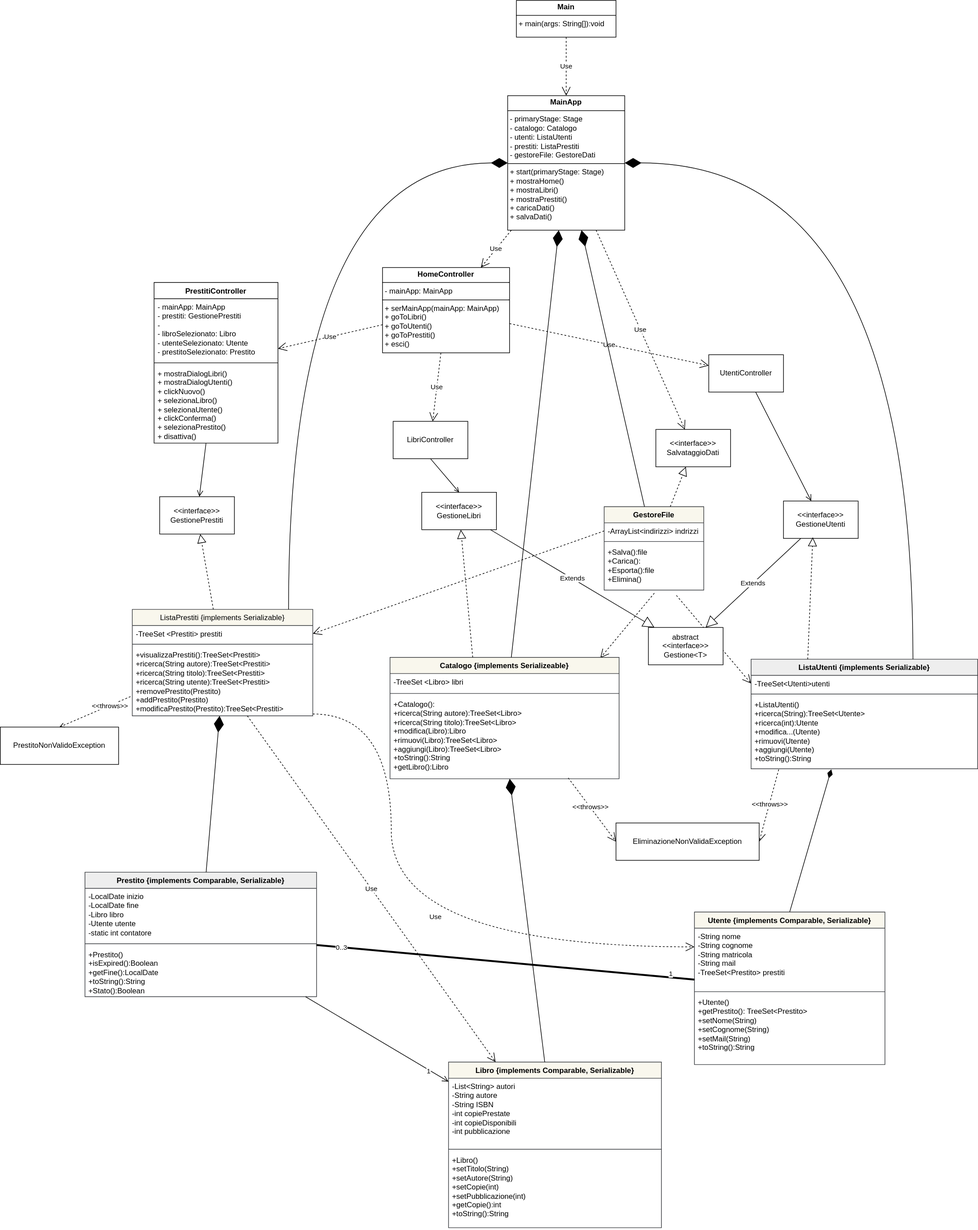
doppiaaa/Progetto-Biblioteca-Ingegneria-del-Software keeps this draw.io diagram as Design/ClassDiagram.svg. Above is the earlier version. Source tidied: cells renumbered, new cells last; positions are measured from the earlier drawing's top-left corner, leaving out a move shared by most shapes.
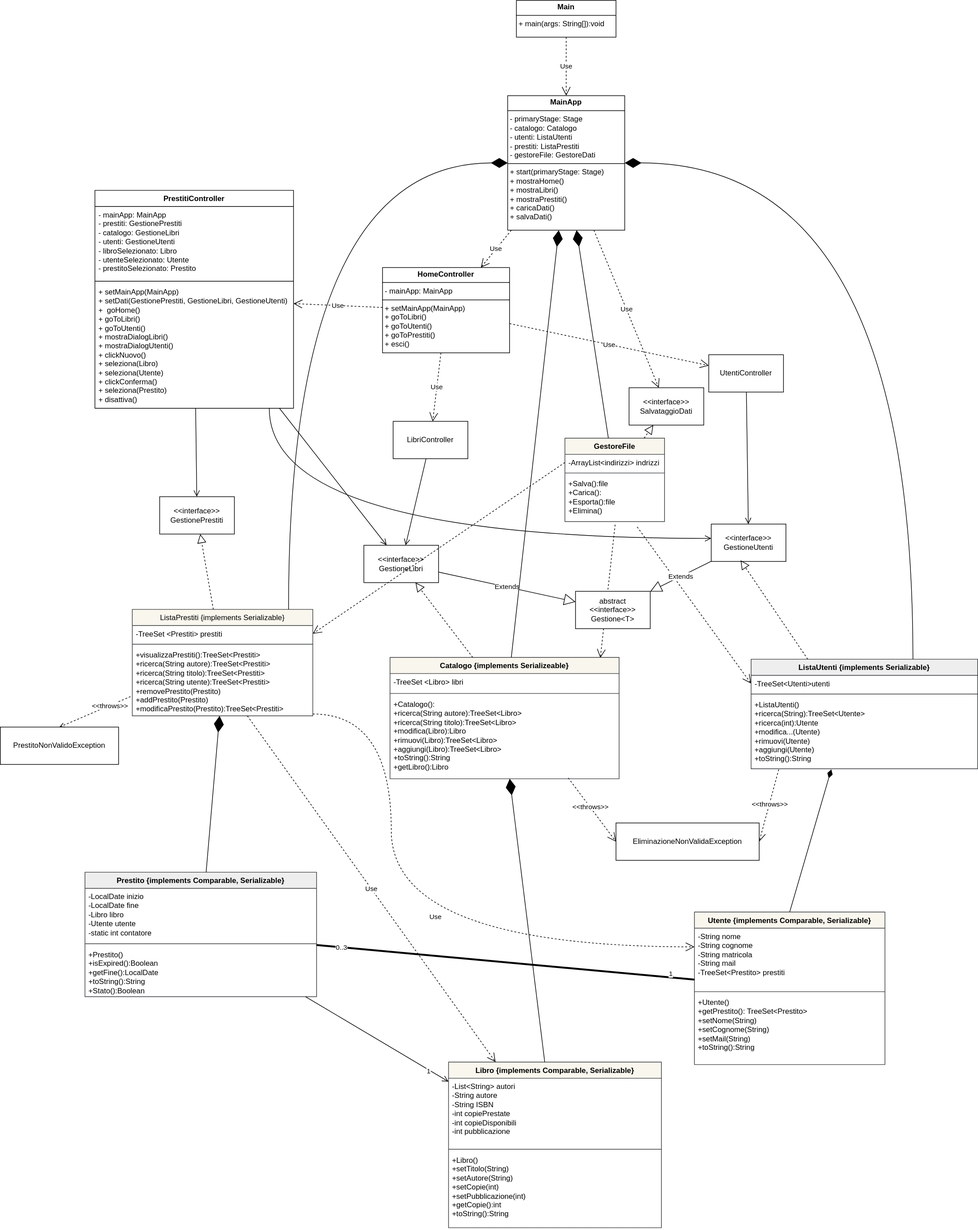
The same diagram one commit later.

The edit, as a diff of the source:
```diff
@@ -3,13 +3,13 @@
     <mxCell id="0" />
     <mxCell id="1" parent="0" />
     <mxCell id="2" value="&amp;lt;&amp;lt;interface&amp;gt;&amp;gt;&lt;div&gt;GestioneLibri&lt;/div&gt;" style="rounded=0;whiteSpace=wrap;html=1;fontColor=light-dark(#000000,#FFFFFF);labelBackgroundColor=default;strokeColor=light-dark(#000000,#000000);" parent="1" vertex="1">
-      <mxGeometry x="677" y="790" width="120" height="60" as="geometry" />
+      <mxGeometry x="584" y="875" width="120" height="60" as="geometry" />
     </mxCell>
     <mxCell id="3" value="&amp;lt;&amp;lt;interface&amp;gt;&amp;gt;&lt;div&gt;GestionePrestiti&lt;/div&gt;" style="rounded=0;whiteSpace=wrap;html=1;fontColor=light-dark(#000000,#FFFFFF);strokeColor=light-dark(#000000,#000000);" parent="1" vertex="1">
       <mxGeometry x="256" y="797" width="120" height="60" as="geometry" />
     </mxCell>
     <mxCell id="4" value="&amp;lt;&amp;lt;interface&amp;gt;&amp;gt;&lt;div&gt;GestioneUtenti&lt;/div&gt;" style="rounded=0;whiteSpace=wrap;html=1;fontColor=light-dark(#000000,#FFFFFF);strokeColor=light-dark(#000000,#000000);" parent="1" vertex="1">
-      <mxGeometry x="1258" y="804" width="120" height="60" as="geometry" />
+      <mxGeometry x="1142" y="841" width="120" height="60" as="geometry" />
     </mxCell>
     <mxCell id="5" style="rounded=0;jettySize=auto;html=1;exitX=0.5;exitY=0;exitDx=0;exitDy=0;entryX=0.354;entryY=1.007;entryDx=0;entryDy=0;endArrow=diamondThin;endFill=1;endSize=12;entryPerimeter=0;fontColor=light-dark(#000000,#000000);strokeColor=light-dark(#000000,#000000);" parent="1" edge="1" source="26" target="37">
       <mxGeometry relative="1" as="geometry" />
@@ -21,7 +21,7 @@
       <mxGeometry relative="1" as="geometry" />
     </mxCell>
     <mxCell id="8" value="&amp;lt;&amp;lt;interface&amp;gt;&amp;gt;&lt;div&gt;SalvataggioDati&lt;/div&gt;" style="rounded=0;whiteSpace=wrap;html=1;" parent="1" vertex="1">
-      <mxGeometry x="1053" y="689" width="120" height="60" as="geometry" />
+      <mxGeometry x="1010" y="622" width="120" height="60" as="geometry" />
     </mxCell>
     <mxCell id="9" value="PrestitoNonValidoException" style="rounded=0;whiteSpace=wrap;html=1;" parent="1" vertex="1">
       <mxGeometry y="1167" width="190" height="60" as="geometry" />
@@ -111,7 +111,7 @@
       <mxGeometry y="60" width="364" height="116" as="geometry" />
     </mxCell>
     <mxCell id="38" value="GestoreFile" style="swimlane;fontStyle=1;align=center;verticalAlign=top;horizontal=1;startSize=26;whiteSpace=wrap;html=1;fillColor=#f9f7ed;strokeColor=#36393d;" parent="1" vertex="1">
-      <mxGeometry x="970" y="813" width="160" height="134" as="geometry" />
+      <mxGeometry x="907" y="703" width="160" height="134" as="geometry" />
     </mxCell>
     <mxCell id="39" value="-ArrayList&amp;lt;indirizzi&amp;gt; indrizzi" style="text;strokeColor=none;fillColor=none;align=left;verticalAlign=top;spacingLeft=4;spacingRight=4;overflow=hidden;points=[[0,0.5],[1,0.5]];portConstraint=eastwest;whiteSpace=wrap;html=1;" parent="38" vertex="1">
       <mxGeometry y="26" width="160" height="26" as="geometry" />
@@ -140,23 +140,20 @@
     <mxCell id="47" value="UtentiController" style="rounded=0;whiteSpace=wrap;html=1;" parent="1" vertex="1">
       <mxGeometry x="1138" y="569" width="120" height="60" as="geometry" />
     </mxCell>
-    <mxCell id="48" style="rounded=0;jettySize=auto;html=1;exitX=0.5;exitY=1;exitDx=0;exitDy=0;entryX=0.5;entryY=0;entryDx=0;entryDy=0;strokeColor=light-dark(#000000,#000000);endArrow=open;endFill=0;" parent="1" edge="1" source="46" target="2">
-      <mxGeometry relative="1" as="geometry" />
-    </mxCell>
     <mxCell id="49" value="abstract &amp;lt;&amp;lt;interface&amp;gt;&amp;gt;&lt;div&gt;Gestione&amp;lt;T&amp;gt;&lt;/div&gt;" style="rounded=0;whiteSpace=wrap;html=1;" parent="1" vertex="1">
-      <mxGeometry x="1041" y="1007" width="120" height="60" as="geometry" />
+      <mxGeometry x="924" y="949" width="120" height="60" as="geometry" />
     </mxCell>
     <mxCell id="50" value="PrestitiController" style="swimlane;fontStyle=1;align=center;verticalAlign=top;horizontal=1;startSize=26;whiteSpace=wrap;html=1;" parent="1" vertex="1">
-      <mxGeometry x="247" y="453" width="199" height="258" as="geometry" />
+      <mxGeometry x="152" y="305" width="319" height="350" as="geometry" />
     </mxCell>
-    <mxCell id="51" value="&lt;div&gt;- mainApp: MainApp&lt;/div&gt;- prestiti: GestionePrestiti&lt;div&gt;-&amp;nbsp;&lt;br&gt;&lt;div&gt;- libroSelezionato: Libro&lt;/div&gt;&lt;div&gt;- utenteSelezionato: Utente&lt;/div&gt;&lt;div&gt;- prestitoSelezionato: Prestito&lt;/div&gt;&lt;/div&gt;" style="text;strokeColor=none;fillColor=none;align=left;verticalAlign=top;spacingLeft=4;spacingRight=4;overflow=hidden;whiteSpace=wrap;html=1;" parent="50" vertex="1">
-      <mxGeometry y="26" width="199" height="99" as="geometry" />
+    <mxCell id="51" value="&lt;div&gt;- mainApp: MainApp&lt;/div&gt;- prestiti: GestionePrestiti&lt;div&gt;- catalogo: GestioneLibri&lt;/div&gt;&lt;div&gt;- utenti: GestioneUtenti&lt;br&gt;&lt;div&gt;- libroSelezionato: Libro&lt;/div&gt;&lt;div&gt;- utenteSelezionato: Utente&lt;/div&gt;&lt;div&gt;- prestitoSelezionato: Prestito&lt;/div&gt;&lt;/div&gt;" style="text;strokeColor=none;fillColor=none;align=left;verticalAlign=top;spacingLeft=4;spacingRight=4;overflow=hidden;whiteSpace=wrap;html=1;" parent="50" vertex="1">
+      <mxGeometry y="26" width="319" height="116" as="geometry" />
     </mxCell>
     <mxCell id="52" style="line;strokeWidth=1;fillColor=none;align=left;verticalAlign=middle;spacingTop=-1;spacingLeft=3;spacingRight=3;labelPosition=right;strokeColor=inherit;" parent="50" vertex="1">
-      <mxGeometry y="125" width="199" height="8" as="geometry" />
+      <mxGeometry y="142" width="319" height="8" as="geometry" />
     </mxCell>
-    <mxCell id="53" value="+ mostraDialogLibri()&lt;div&gt;+ mostraDialogUtenti()&lt;/div&gt;&lt;div&gt;+ clickNuovo()&lt;/div&gt;&lt;div&gt;+ selezionaLibro()&lt;/div&gt;&lt;div&gt;+ selezionaUtente()&lt;/div&gt;&lt;div&gt;+ clickConferma()&lt;/div&gt;&lt;div&gt;+ selezionaPrestito()&lt;/div&gt;&lt;div&gt;+ disattiva()&lt;/div&gt;" style="text;strokeColor=none;fillColor=none;align=left;verticalAlign=top;spacingLeft=4;spacingRight=4;overflow=hidden;whiteSpace=wrap;html=1;" parent="50" vertex="1">
-      <mxGeometry y="133" width="199" height="125" as="geometry" />
+    <mxCell id="53" value="+ setMainApp(MainApp)&lt;div&gt;+ setDati(GestionePrestiti, GestioneLibri, GestioneUtenti)&lt;br&gt;&lt;div&gt;+&amp;nbsp; goHome()&lt;div&gt;+ goToLibri()&lt;/div&gt;&lt;div&gt;+ goToUtenti()&lt;/div&gt;&lt;div&gt;+ mostraDialogLibri()&lt;div&gt;&lt;div&gt;+ mostraDialogUtenti()&lt;/div&gt;&lt;div&gt;+ clickNuovo()&lt;/div&gt;&lt;div&gt;+ seleziona(Libro)&lt;/div&gt;&lt;div&gt;+ seleziona(&lt;span style=&quot;background-color: transparent; color: light-dark(rgb(0, 0, 0), rgb(255, 255, 255));&quot;&gt;Utente&lt;/span&gt;&lt;span style=&quot;background-color: transparent; color: light-dark(rgb(0, 0, 0), rgb(255, 255, 255));&quot;&gt;)&lt;/span&gt;&lt;/div&gt;&lt;div&gt;+ clickConferma()&lt;/div&gt;&lt;div&gt;+ seleziona(&lt;span style=&quot;background-color: transparent; color: light-dark(rgb(0, 0, 0), rgb(255, 255, 255));&quot;&gt;Prestito&lt;/span&gt;&lt;span style=&quot;background-color: transparent; color: light-dark(rgb(0, 0, 0), rgb(255, 255, 255));&quot;&gt;)&lt;/span&gt;&lt;/div&gt;&lt;div&gt;+ disattiva()&lt;/div&gt;&lt;/div&gt;&lt;/div&gt;&lt;/div&gt;&lt;/div&gt;" style="text;strokeColor=none;fillColor=none;align=left;verticalAlign=top;spacingLeft=4;spacingRight=4;overflow=hidden;whiteSpace=wrap;html=1;" parent="50" vertex="1">
+      <mxGeometry y="150" width="319" height="200" as="geometry" />
     </mxCell>
     <mxCell id="54" value="Use" style="endArrow=open;endSize=12;dashed=1;html=1;rounded=0;" parent="1" edge="1" source="45" target="22">
       <mxGeometry relative="1" as="geometry" />
@@ -258,8 +255,21 @@
     <mxCell id="82" style="endArrow=open;startArrow=none;endFill=0;startFill=0;endSize=8;html=1;verticalAlign=bottom;labelBackgroundColor=none;strokeWidth=1;rounded=0;" parent="1" edge="1" source="47" target="4">
       <mxGeometry relative="1" as="geometry" />
     </mxCell>
-    <mxCell id="83" value="&lt;p style=&quot;margin:0px;margin-top:4px;text-align:center;&quot;&gt;&lt;b&gt;HomeController&lt;/b&gt;&lt;/p&gt;&lt;hr size=&quot;1&quot; style=&quot;border-style:solid;&quot;&gt;&lt;p style=&quot;margin:0px;margin-left:4px;&quot;&gt;- mainApp: MainApp&lt;/p&gt;&lt;hr size=&quot;1&quot; style=&quot;border-style:solid;&quot;&gt;&lt;p style=&quot;margin:0px;margin-left:4px;&quot;&gt;+ serMainApp(mainApp: MainApp)&lt;/p&gt;&lt;p style=&quot;margin:0px;margin-left:4px;&quot;&gt;+ goToLibri()&lt;/p&gt;&lt;p style=&quot;margin:0px;margin-left:4px;&quot;&gt;+ goToUtenti()&lt;/p&gt;&lt;p style=&quot;margin:0px;margin-left:4px;&quot;&gt;+ goToPrestiti()&lt;/p&gt;&lt;p style=&quot;margin:0px;margin-left:4px;&quot;&gt;+ esci()&lt;/p&gt;" style="verticalAlign=top;align=left;overflow=fill;html=1;whiteSpace=wrap;" parent="1" vertex="1">
+    <mxCell id="83" value="&lt;p style=&quot;margin:0px;margin-top:4px;text-align:center;&quot;&gt;&lt;b&gt;HomeController&lt;/b&gt;&lt;/p&gt;&lt;hr size=&quot;1&quot; style=&quot;border-style:solid;&quot;&gt;&lt;p style=&quot;margin:0px;margin-left:4px;&quot;&gt;- mainApp: MainApp&lt;/p&gt;&lt;hr size=&quot;1&quot; style=&quot;border-style:solid;&quot;&gt;&lt;p style=&quot;margin:0px;margin-left:4px;&quot;&gt;+ setMainApp(MainApp)&lt;/p&gt;&lt;p style=&quot;margin:0px;margin-left:4px;&quot;&gt;+ goToLibri()&lt;/p&gt;&lt;p style=&quot;margin:0px;margin-left:4px;&quot;&gt;+ goToUtenti()&lt;/p&gt;&lt;p style=&quot;margin:0px;margin-left:4px;&quot;&gt;+ goToPrestiti()&lt;/p&gt;&lt;p style=&quot;margin:0px;margin-left:4px;&quot;&gt;+ esci()&lt;/p&gt;" style="verticalAlign=top;align=left;overflow=fill;html=1;whiteSpace=wrap;" parent="1" vertex="1">
       <mxGeometry x="614" y="429" width="204" height="137" as="geometry" />
     </mxCell>
+    <mxCell id="84" style="endArrow=open;startArrow=none;endFill=0;startFill=0;endSize=8;html=1;verticalAlign=bottom;labelBackgroundColor=none;strokeWidth=1;rounded=0;" parent="1" edge="1" source="50" target="2">
+      <mxGeometry relative="1" as="geometry" />
+    </mxCell>
+    <mxCell id="85" style="endArrow=open;startArrow=none;endFill=0;startFill=0;endSize=8;html=1;verticalAlign=bottom;labelBackgroundColor=none;strokeWidth=1;rounded=0;edgeStyle=orthogonalEdgeStyle;curved=1;" parent="1" edge="1" source="50" target="4">
+      <mxGeometry relative="1" as="geometry">
+        <Array as="points">
+          <mxPoint x="432" y="864" />
+        </Array>
+      </mxGeometry>
+    </mxCell>
+    <mxCell id="48" style="endArrow=open;startArrow=none;endFill=0;startFill=0;endSize=8;html=1;verticalAlign=bottom;labelBackgroundColor=none;strokeWidth=1;rounded=0;" parent="1" edge="1" source="46" target="2">
+      <mxGeometry relative="1" as="geometry" />
+    </mxCell>
   </root>
 </mxGraphModel>
```
